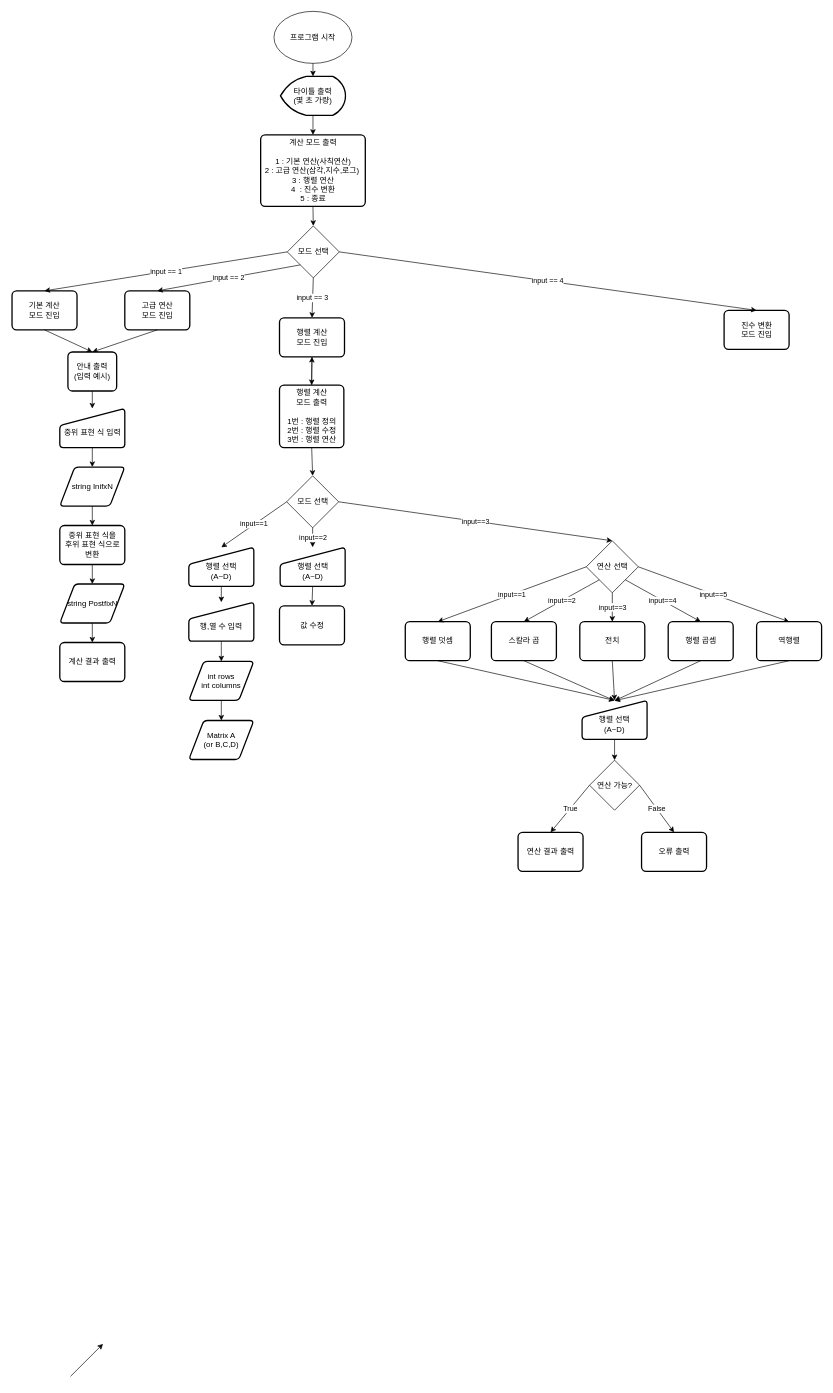
This is Calculator.drawio from vimpelican/project-introduction-to-programming-2, a draw.io file, before an edit. Source tidied: cells renumbered, new cells numbered last; positions are measured from the earlier drawing's top-left corner, leaving out a move shared by most shapes. Both pictures are drawn from the tidied source at 65%, with x=0, y=0 at pixel (12, 11).
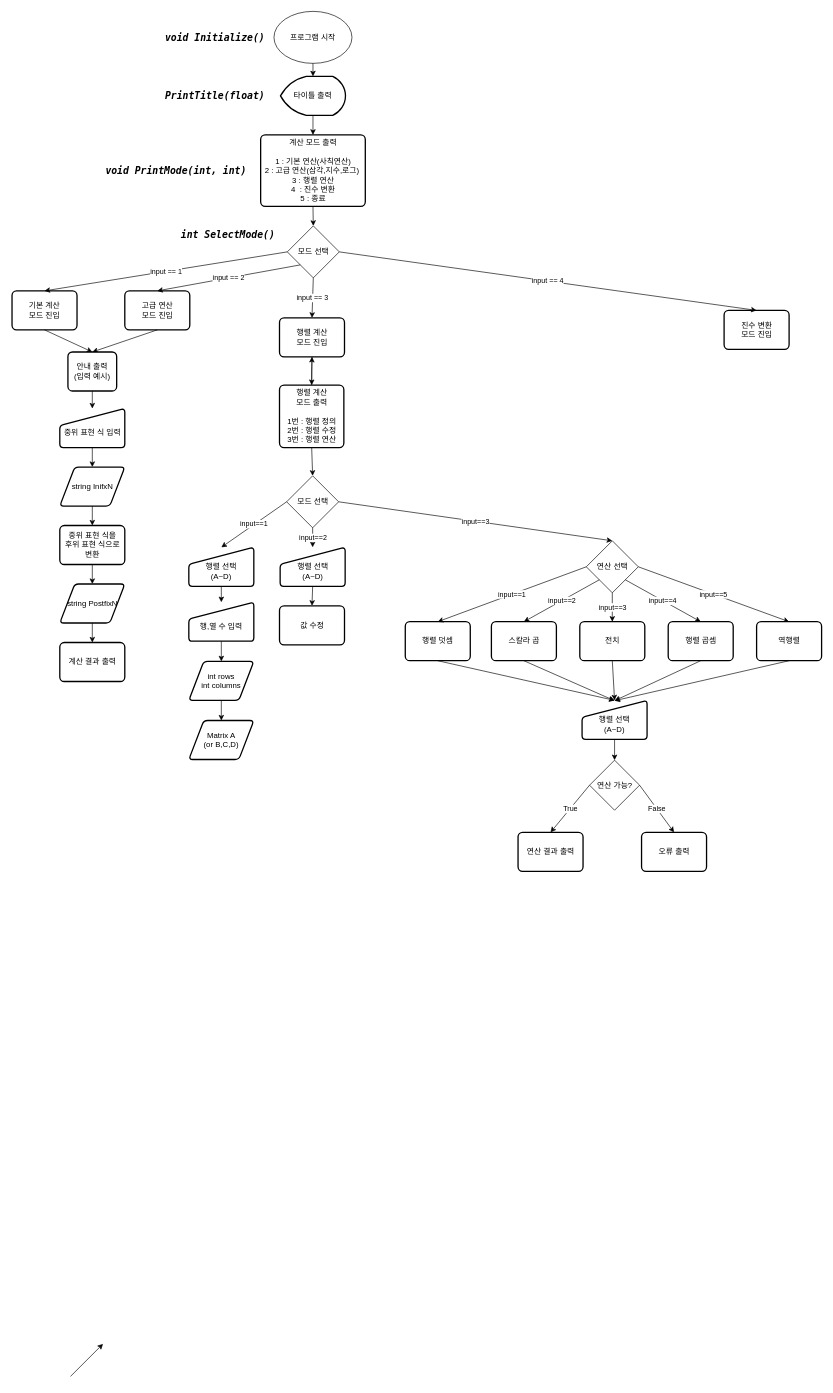
After the change.

Diff of the diagram source:
```diff
@@
-    <mxCell id="3" value="타이틀 출력&lt;br&gt;(몇 초 가량)" style="strokeWidth=2;html=1;shape=mxgraph.flowchart.display;whiteSpace=wrap;" parent="1" vertex="1">
+    <mxCell id="3" value="타이틀 출력" style="strokeWidth=2;html=1;shape=mxgraph.flowchart.display;whiteSpace=wrap;" parent="1" vertex="1">
       <mxGeometry x="413" y="100" width="100" height="60" as="geometry" />
     </mxCell>
@@
+    <mxCell id="72" value="PrintTitle(float)" style="text;html=1;align=center;verticalAlign=middle;fontFamily=Lucida Console;fontStyle=3;fontSize=15;" parent="1" vertex="1">
+      <mxGeometry x="227" y="120" width="170" height="20" as="geometry" />
+    </mxCell>
+    <mxCell id="73" value="void PrintMode(int, int)" style="text;html=1;align=center;verticalAlign=middle;fontFamily=Lucida Console;fontStyle=3;fontSize=15;" parent="1" vertex="1">
+      <mxGeometry x="132" y="235" width="240" height="20" as="geometry" />
+    </mxCell>
+    <mxCell id="74" value="void Initialize()" style="text;html=1;align=center;verticalAlign=middle;fontFamily=Lucida Console;fontStyle=3;fontSize=15;" parent="1" vertex="1">
+      <mxGeometry x="227" y="30" width="170" height="20" as="geometry" />
+    </mxCell>
+    <mxCell id="75" value="int SelectMode()" style="text;html=1;align=center;verticalAlign=middle;fontFamily=Lucida Console;fontStyle=3;fontSize=15;" parent="1" vertex="1">
+      <mxGeometry x="252" y="332.5" width="160" height="20" as="geometry" />
+    </mxCell>
```
